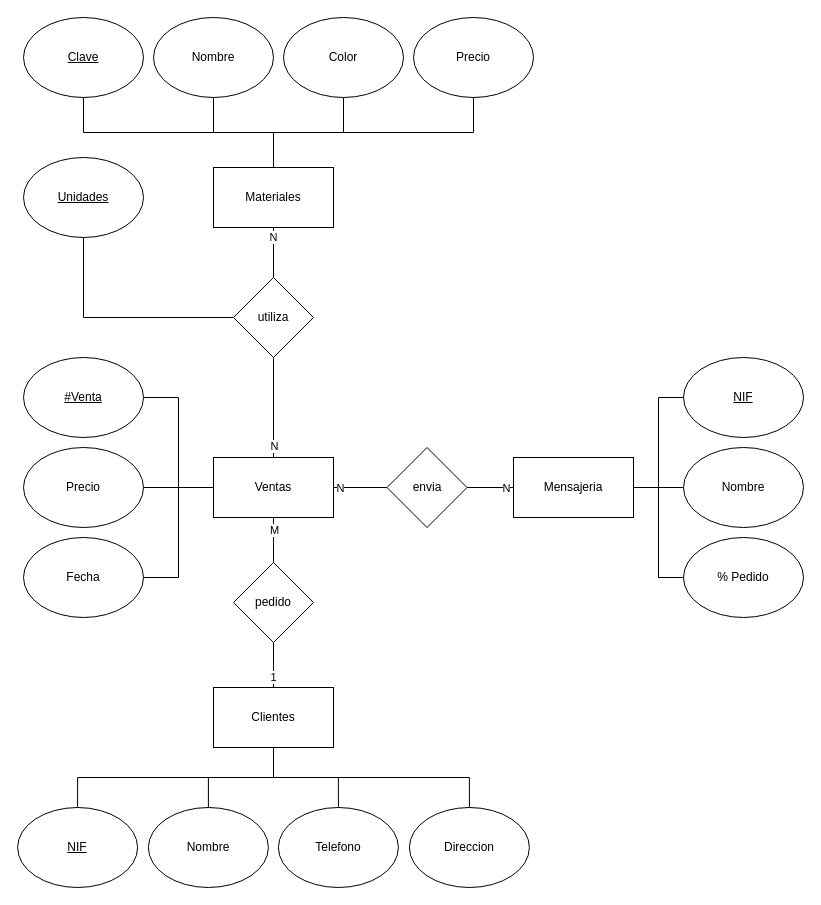
The draw.io diagram page "Floristeria" (4 of 4) of ejercicios_diagramas_e_r.drawio in Fonsy/BBDD2021, before the edit. Source tidied: cells renumbered, new cells numbered last; positions are measured from the earlier drawing's top-left corner, leaving out a move shared by most shapes. Both pictures are drawn from the tidied source at 100%, with x=0, y=0 at pixel (17, 17).
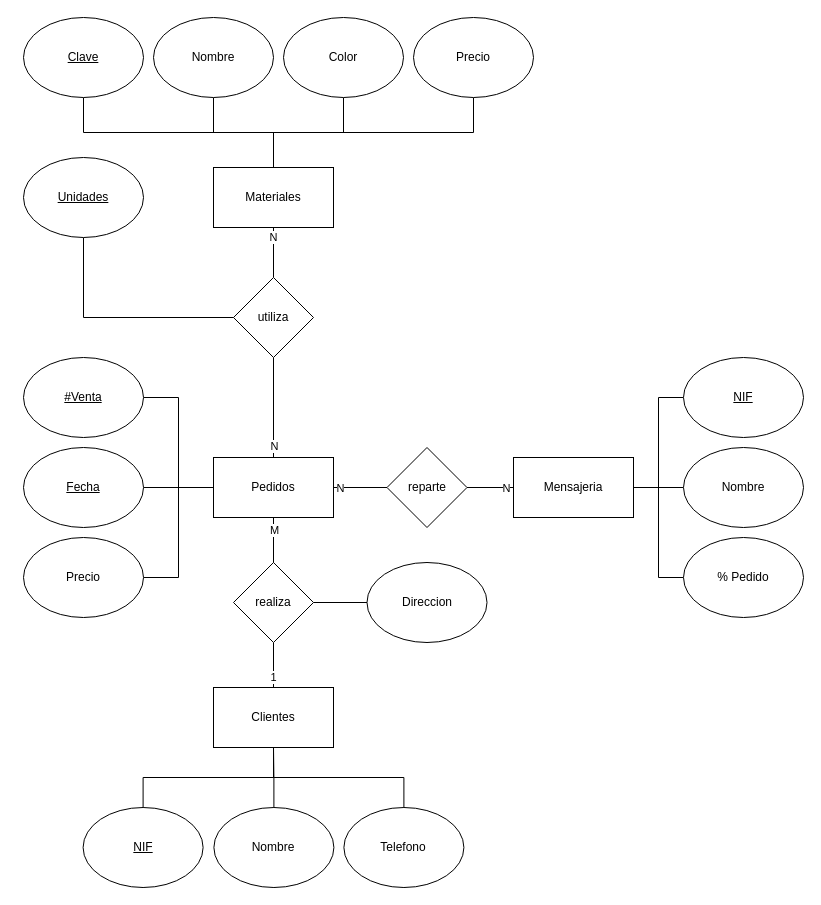
Above is the later version.

The change refers to these unchanged cells:
```xml
<mxCell id="12" value="Clientes" style="rounded=0;whiteSpace=wrap;html=1;" parent="1" vertex="1">
  <mxGeometry x="196" y="670" width="120" height="60" as="geometry" />
</mxCell>
```

Change to the diagram source:
```diff
@@
     <mxCell id="14" value="&lt;u&gt;NIF&lt;/u&gt;" style="ellipse;whiteSpace=wrap;html=1;" parent="1" vertex="1">
-      <mxGeometry x="0.1" y="790" width="120" height="80" as="geometry" />
+      <mxGeometry x="65.6" y="790" width="120" height="80" as="geometry" />
     </mxCell>
@@
     <mxCell id="16" value="Nombre" style="ellipse;whiteSpace=wrap;html=1;" parent="1" vertex="1">
-      <mxGeometry x="130.9" y="790" width="120" height="80" as="geometry" />
+      <mxGeometry x="196.4" y="790" width="120" height="80" as="geometry" />
     </mxCell>
-    <mxCell id="17" style="edgeStyle=orthogonalEdgeStyle;rounded=0;jettySize=auto;html=1;endArrow=none;endFill=0;" parent="1" edge="1" source="18" target="12">
+    <mxCell id="17" style="edgeStyle=orthogonalEdgeStyle;rounded=0;jettySize=auto;html=1;endArrow=none;endFill=0;exitX=0.5;exitY=0;exitDx=0;exitDy=0;" parent="1" edge="1" source="18" target="12">
       <mxGeometry relative="1" as="geometry" />
     </mxCell>
     <mxCell id="18" value="Telefono" style="ellipse;whiteSpace=wrap;html=1;" parent="1" vertex="1">
-      <mxGeometry x="260.9" y="790" width="120" height="80" as="geometry" />
+      <mxGeometry x="326.4" y="790" width="120" height="80" as="geometry" />
     </mxCell>
@@
-    <mxCell id="29" value="Ventas" style="rounded=0;whiteSpace=wrap;html=1;" parent="1" vertex="1">
+    <mxCell id="29" value="Pedidos" style="rounded=0;whiteSpace=wrap;html=1;" parent="1" vertex="1">
       <mxGeometry x="196" y="440" width="120" height="60" as="geometry" />
     </mxCell>
@@
     <mxCell id="31" value="Precio" style="ellipse;whiteSpace=wrap;html=1;" parent="1" vertex="1">
-      <mxGeometry x="6" y="430" width="120" height="80" as="geometry" />
+      <mxGeometry x="6" y="520" width="120" height="80" as="geometry" />
     </mxCell>
@@
-    <mxCell id="38" value="envia" style="rhombus;whiteSpace=wrap;html=1;" parent="1" vertex="1">
+    <mxCell id="38" value="reparte" style="rhombus;whiteSpace=wrap;html=1;" parent="1" vertex="1">
       <mxGeometry x="369.5" y="430" width="80" height="80" as="geometry" />
     </mxCell>
@@
-    <mxCell id="40" value="Fecha" style="ellipse;whiteSpace=wrap;html=1;" parent="1" vertex="1">
-      <mxGeometry x="6" y="520" width="120" height="80" as="geometry" />
+    <mxCell id="40" value="&lt;u&gt;Fecha&lt;/u&gt;" style="ellipse;whiteSpace=wrap;html=1;" parent="1" vertex="1">
+      <mxGeometry x="6" y="430" width="120" height="80" as="geometry" />
     </mxCell>
@@
-    <mxCell id="47" value="pedido" style="rhombus;whiteSpace=wrap;html=1;" parent="1" vertex="1">
+    <mxCell id="47" value="realiza" style="rhombus;whiteSpace=wrap;html=1;" parent="1" vertex="1">
       <mxGeometry x="216" y="545" width="80" height="80" as="geometry" />
     </mxCell>
-    <mxCell id="48" style="edgeStyle=orthogonalEdgeStyle;rounded=0;jettySize=auto;html=1;entryX=0.5;entryY=1;entryDx=0;entryDy=0;endArrow=none;endFill=0;exitX=0.5;exitY=0;exitDx=0;exitDy=0;" parent="1" edge="1" source="49" target="12">
+    <mxCell id="48" style="edgeStyle=orthogonalEdgeStyle;rounded=0;jettySize=auto;html=1;entryX=1;entryY=0.5;entryDx=0;entryDy=0;endArrow=none;endFill=0;exitX=0;exitY=0.5;exitDx=0;exitDy=0;" parent="1" edge="1" source="49" target="47">
       <mxGeometry relative="1" as="geometry" />
     </mxCell>
     <mxCell id="49" value="Direccion" style="ellipse;whiteSpace=wrap;html=1;" parent="1" vertex="1">
-      <mxGeometry x="391.9" y="790" width="120" height="80" as="geometry" />
+      <mxGeometry x="349.5" y="545" width="120" height="80" as="geometry" />
     </mxCell>
```
